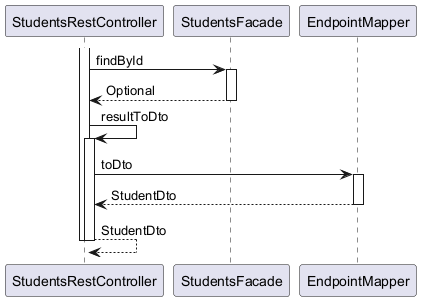
Before: ingress/documentation/html/images/Education.Students.findStudent.puml.png.png, a diagram exported from PlantUML (OlegSopilnyak/school-demo). Source of this version:
```plantuml
@startuml

participant StudentsRestController
participant StudentsFacade
participant EndpointMapper

activate StudentsRestController
	StudentsRestController -> StudentsFacade : findById
	activate StudentsFacade
		StudentsFacade --> StudentsRestController : Optional
	deactivate StudentsFacade
	StudentsRestController -> StudentsRestController : resultToDto
	activate StudentsRestController
		StudentsRestController -> EndpointMapper : toDto
		activate EndpointMapper
			EndpointMapper --> StudentsRestController : StudentDto
		deactivate EndpointMapper
		StudentsRestController --> StudentsRestController : StudentDto
	deactivate StudentsRestController
deactivate StudentsRestController

@enduml
```
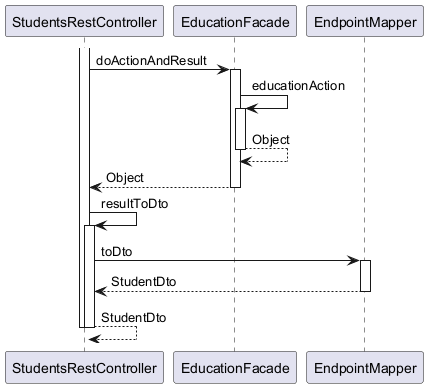
Above is the later version.

The edit, as a diff of the source:
```diff
@@ -1,14 +1,18 @@
 @startuml
 
 participant StudentsRestController
-participant StudentsFacade
+participant EducationFacade
 participant EndpointMapper
 
 activate StudentsRestController
-	StudentsRestController -> StudentsFacade : findById
-	activate StudentsFacade
-		StudentsFacade --> StudentsRestController : Optional
-	deactivate StudentsFacade
+	StudentsRestController -> EducationFacade : doActionAndResult
+	activate EducationFacade
+		EducationFacade -> EducationFacade : educationAction
+		activate EducationFacade
+			EducationFacade --> EducationFacade : Object
+		deactivate EducationFacade
+		EducationFacade --> StudentsRestController : Object
+	deactivate EducationFacade
 	StudentsRestController -> StudentsRestController : resultToDto
 	activate StudentsRestController
 		StudentsRestController -> EndpointMapper : toDto
```
